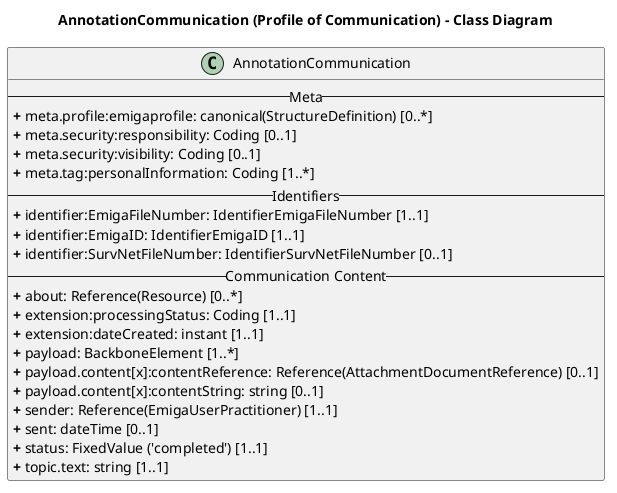
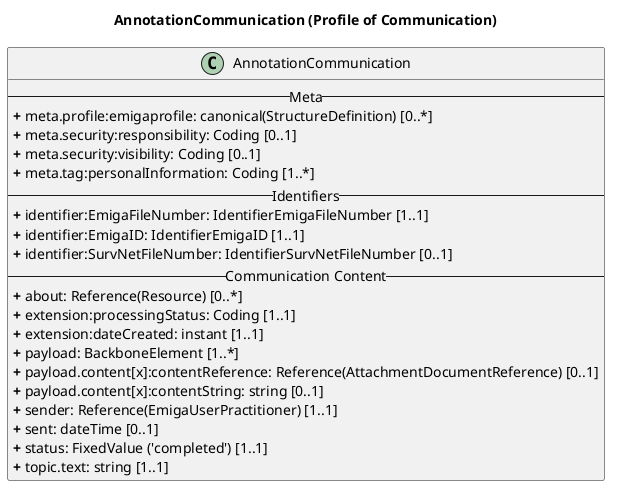
@startuml
skinparam linetype ortho

- title AnnotationCommunication (Profile of Communication) - Class Diagram
+ title AnnotationCommunication (Profile of Communication)

' Main Class
class AnnotationCommunication{
-- Meta --
<b>+</b> meta.profile:emigaprofile: canonical(StructureDefinition) [0..*]
<b>+</b> meta.security:responsibility: Coding [0..1]
<b>+</b> meta.security:visibility: Coding [0..1]
<b>+</b> meta.tag:personalInformation: Coding [1..*]
-- Identifiers --
<b>+</b> identifier:EmigaFileNumber: IdentifierEmigaFileNumber [1..1]
<b>+</b> identifier:EmigaID: IdentifierEmigaID [1..1]
<b>+</b> identifier:SurvNetFileNumber: IdentifierSurvNetFileNumber [0..1]
-- Communication Content --
<b>+</b> about: Reference(Resource) [0..*]
<b>+</b> extension:processingStatus: Coding [1..1]
<b>+</b> extension:dateCreated: instant [1..1]
<b>+</b> payload: BackboneElement [1..*]
<b>+</b> payload.content[x]:contentReference: Reference(AttachmentDocumentReference) [0..1]
<b>+</b> payload.content[x]:contentString: string [0..1]
<b>+</b> sender: Reference(EmigaUserPractitioner) [1..1]
<b>+</b> sent: dateTime [0..1]
<b>+</b> status: FixedValue ('completed') [1..1]
<b>+</b> topic.text: string [1..1]
}

@enduml